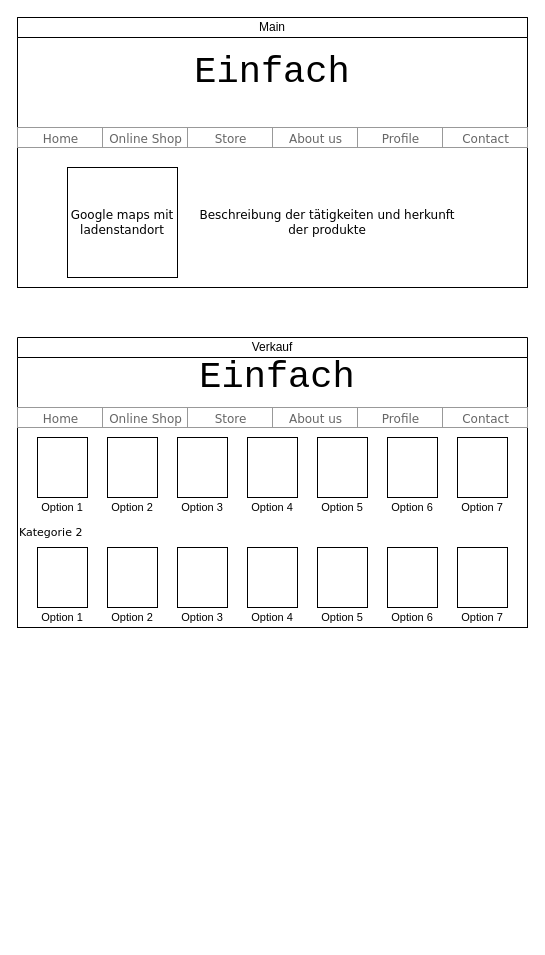
This is LoFi.drawio from sprudello/LB322, a draw.io file, before an edit. Source tidied: cells renumbered, new cells numbered last; positions are measured from the earlier drawing's top-left corner, leaving out a move shared by most shapes. Both pictures are drawn from the tidied source at 100%, with x=0, y=0 at pixel (17, 17).
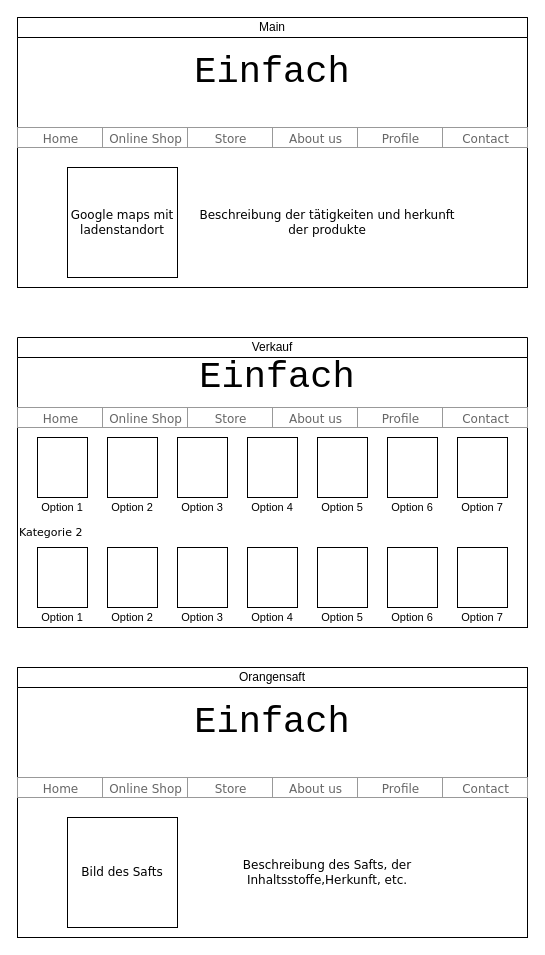
The same diagram, later.

The edit, as a diff of the source:
```diff
@@
+    <mxCell id="56" style="rounded=0;whiteSpace=wrap;html=1;" parent="1" vertex="1">
+      <mxGeometry y="650" width="510" height="270" as="geometry" />
+    </mxCell>
+    <mxCell id="57" style="verticalLabelPosition=bottom;verticalAlign=top;html=1;shape=mxgraph.basic.rect;fillColor2=none;strokeWidth=1;size=20;indent=5;" parent="1" vertex="1">
+      <mxGeometry y="650" width="510" height="20" as="geometry" />
+    </mxCell>
+    <mxCell id="58" value="&lt;font face=&quot;Courier New&quot; style=&quot;font-size: 37px;&quot;&gt;Einfach&lt;/font&gt;" style="text;html=1;strokeColor=none;fillColor=none;align=center;verticalAlign=middle;whiteSpace=wrap;rounded=0;" parent="1" vertex="1">
+      <mxGeometry y="680" width="510" height="50" as="geometry" />
+    </mxCell>
+    <mxCell id="59" value="Orangensaft" style="text;html=1;strokeColor=none;fillColor=none;align=center;verticalAlign=middle;whiteSpace=wrap;rounded=0;fontFamily=Helvetica;" parent="1" vertex="1">
+      <mxGeometry y="650" width="510" height="20" as="geometry" />
+    </mxCell>
+    <mxCell id="60" style="verticalLabelPosition=bottom;verticalAlign=top;html=1;shape=mxgraph.basic.rect;fillColor2=none;strokeWidth=1;size=8.48;indent=5;" parent="1" vertex="1">
+      <mxGeometry y="760" width="510" height="20" as="geometry" />
+    </mxCell>
+    <mxCell id="61" style="strokeWidth=1;shadow=0;dashed=0;align=center;html=1;shape=mxgraph.mockup.forms.rrect;rSize=0;strokeColor=#999999;fontFamily=Verdana;fontSize=11;" parent="1" vertex="1">
+      <mxGeometry y="760" width="510" height="20" as="geometry" />
+    </mxCell>
+    <mxCell id="62" value="&lt;font style=&quot;font-size: 12px;&quot;&gt;Home&lt;/font&gt;" style="strokeColor=inherit;fillColor=inherit;gradientColor=inherit;strokeWidth=1;shadow=0;dashed=0;align=center;html=1;shape=mxgraph.mockup.forms.rrect;rSize=0;fontSize=17;fontColor=#666666;fontFamily=Verdana;" parent="61" vertex="1">
+      <mxGeometry width="85" height="20" as="geometry" />
+    </mxCell>
+    <mxCell id="63" value="&lt;font style=&quot;font-size: 12px;&quot;&gt;Online Shop&lt;/font&gt;" style="strokeColor=inherit;fillColor=inherit;gradientColor=inherit;strokeWidth=1;shadow=0;dashed=0;align=center;html=1;shape=mxgraph.mockup.forms.rrect;rSize=0;fontSize=17;fontColor=#666666;fontFamily=Verdana;" parent="61" vertex="1">
+      <mxGeometry x="85" width="85" height="20" as="geometry" />
+    </mxCell>
+    <mxCell id="64" value="&lt;span style=&quot;font-size: 12px;&quot;&gt;Store&lt;/span&gt;" style="strokeColor=inherit;fillColor=inherit;gradientColor=inherit;strokeWidth=1;shadow=0;dashed=0;align=center;html=1;shape=mxgraph.mockup.forms.rrect;rSize=0;fontSize=17;fontColor=#666666;fontFamily=Verdana;" parent="61" vertex="1">
+      <mxGeometry x="170" width="85" height="20" as="geometry" />
+    </mxCell>
+    <mxCell id="65" value="&lt;span style=&quot;font-size: 12px;&quot;&gt;About us&lt;/span&gt;" style="strokeColor=inherit;fillColor=inherit;gradientColor=inherit;strokeWidth=1;shadow=0;dashed=0;align=center;html=1;shape=mxgraph.mockup.forms.rrect;rSize=0;fontSize=17;fontColor=#666666;fontFamily=Verdana;" parent="61" vertex="1">
+      <mxGeometry x="255" width="85" height="20" as="geometry" />
+    </mxCell>
+    <mxCell id="66" value="&lt;span style=&quot;font-size: 12px;&quot;&gt;Profile&lt;/span&gt;" style="strokeColor=inherit;fillColor=inherit;gradientColor=inherit;strokeWidth=1;shadow=0;dashed=0;align=center;html=1;shape=mxgraph.mockup.forms.rrect;rSize=0;fontSize=17;fontColor=#666666;fontFamily=Verdana;" parent="61" vertex="1">
+      <mxGeometry x="340" width="85" height="20" as="geometry" />
+    </mxCell>
+    <mxCell id="67" value="&lt;font style=&quot;font-size: 12px;&quot;&gt;Contact&lt;/font&gt;" style="strokeColor=inherit;fillColor=inherit;gradientColor=inherit;strokeWidth=1;shadow=0;dashed=0;align=center;html=1;shape=mxgraph.mockup.forms.rrect;rSize=0;fontSize=17;fontColor=#666666;fontFamily=Verdana;" parent="61" vertex="1">
+      <mxGeometry x="425" width="85" height="20" as="geometry" />
+    </mxCell>
+    <mxCell id="68" value="Bild des Safts" style="whiteSpace=wrap;html=1;fontFamily=Verdana;fontSize=12;" parent="1" vertex="1">
+      <mxGeometry x="50" y="800" width="110" height="110" as="geometry" />
+    </mxCell>
+    <mxCell id="69" value="Beschreibung des Safts, der Inhaltsstoffe,Herkunft, etc." style="text;html=1;strokeColor=none;fillColor=none;align=center;verticalAlign=middle;whiteSpace=wrap;rounded=0;fontFamily=Verdana;fontSize=12;" parent="1" vertex="1">
+      <mxGeometry x="180" y="810" width="260" height="90" as="geometry" />
+    </mxCell>
```
